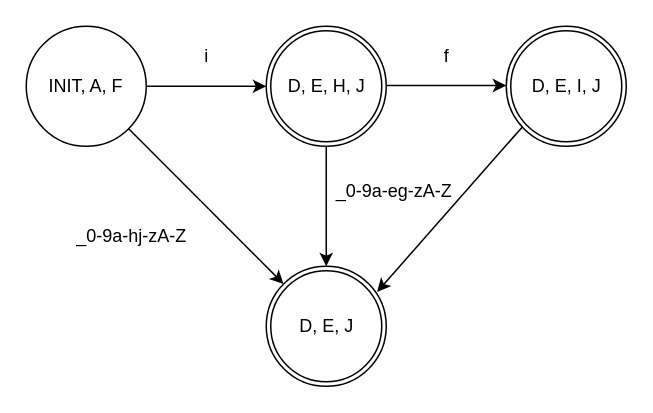
Earlier version of the draw.io diagram draw/assign0923NFA1.drawio (zhiyuan5986/draw_io). Source tidied: cells renumbered, new cells numbered last; positions are measured from the earlier drawing's top-left corner, leaving out a move shared by most shapes. Both pictures are drawn from the tidied source at 150%, with x=0, y=0 at pixel (26, 26).
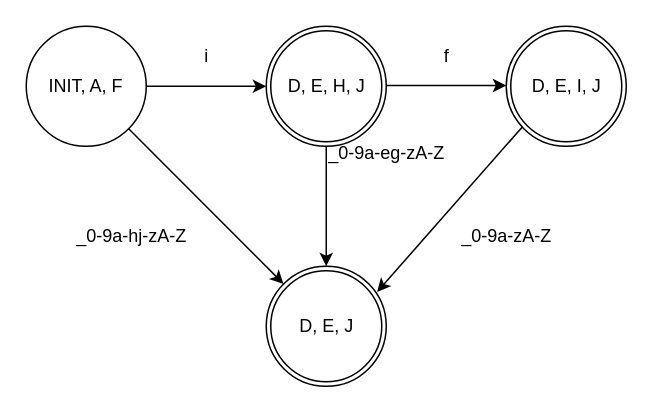
Above is the later version.

What changed in the source:
```diff
@@
     <mxCell id="14" value="_0-9a-eg-zA-Z" style="text;html=1;align=center;verticalAlign=middle;strokeColor=none;fillColor=none;" parent="1" vertex="1">
-      <mxGeometry x="195" y="95" width="100" height="30" as="geometry" />
+      <mxGeometry x="190" y="70" width="100" height="30" as="geometry" />
     </mxCell>
@@
+    <mxCell id="18" value="_0-9a-zA-Z" style="text;html=1;align=center;verticalAlign=middle;strokeColor=none;fillColor=none;" parent="1" vertex="1">
+      <mxGeometry x="280" y="125" width="80" height="30" as="geometry" />
+    </mxCell>
```
